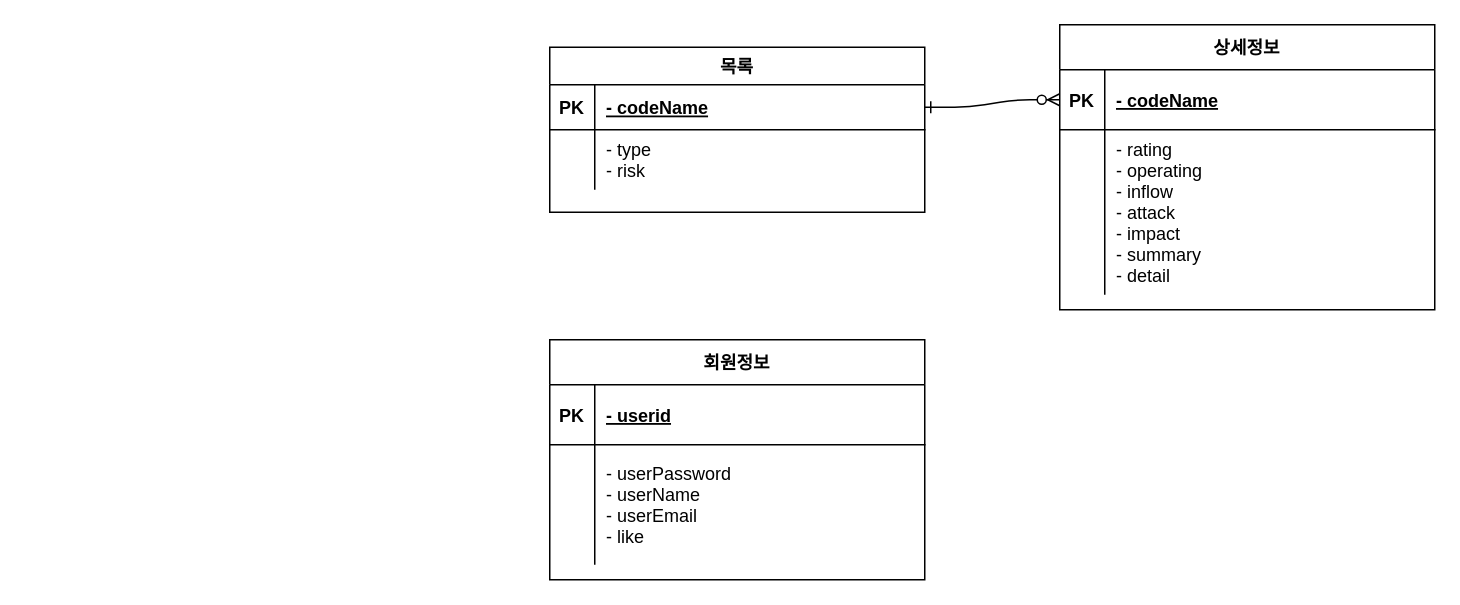
Earlier version of the draw.io diagram Untitled Diagram.drawio (Jiyun23/Cap). Source tidied: cells renumbered, new cells numbered last; positions are measured from the earlier drawing's top-left corner, leaving out a move shared by most shapes. Both pictures are drawn from the tidied source at 150%, with x=0, y=0 at pixel (549, 24).
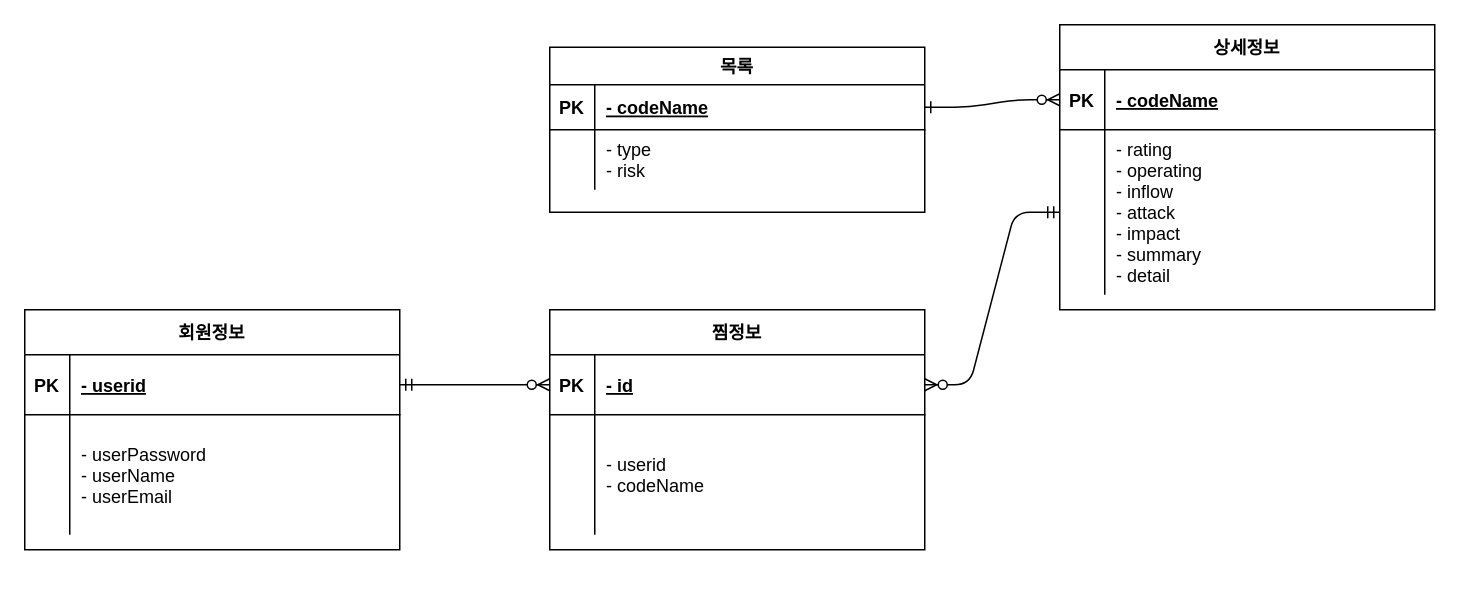
After the change.

Unchanged cells that the change refers to:
```xml
<mxCell id="7" style="shape=partialRectangle;fillColor=none;points=[[0,0.5],[1,0.5]];portConstraint=eastwest;top=0;left=0;right=0;bottom=0;" parent="3" vertex="1">
  <mxGeometry y="70" width="250" height="110" as="geometry" />
</mxCell>
<mxCell id="21" style="shape=partialRectangle;fillColor=none;top=0;left=0;right=0;bottom=0;" parent="17" vertex="1">
  <mxGeometry y="70" width="250" height="80" as="geometry" />
</mxCell>
```

What changed in the source:
```diff
@@
     <mxCell id="17" value="회원정보" style="shape=table;startSize=30;childLayout=tableLayout;rowLines=0;fontStyle=1;align=center;" parent="1" vertex="1">
-      <mxGeometry y="210" width="250" height="160" as="geometry" />
+      <mxGeometry x="-350" y="190" width="250" height="160" as="geometry" />
     </mxCell>
@@
-    <mxCell id="23" value="- userPassword&#10;- userName&#10;- userEmail&#10;- like" style="shape=partialRectangle;overflow=hidden;fillColor=none;top=0;left=0;bottom=0;right=0;align=left;spacingLeft=6;" parent="21" vertex="1">
+    <mxCell id="23" value="- userPassword&#10;- userName&#10;- userEmail" style="shape=partialRectangle;overflow=hidden;fillColor=none;top=0;left=0;bottom=0;right=0;align=left;spacingLeft=6;" parent="21" vertex="1">
       <mxGeometry x="30" width="220" height="80" as="geometry" />
     </mxCell>
+    <mxCell id="24" value="찜정보" style="shape=table;startSize=30;childLayout=tableLayout;rowLines=0;fontStyle=1;align=center;" parent="1" vertex="1">
+      <mxGeometry y="190" width="250" height="160" as="geometry" />
+    </mxCell>
+    <mxCell id="25" style="shape=partialRectangle;fillColor=none;points=[[0,0.5],[1,0.5]];portConstraint=eastwest;top=0;left=0;right=0;bottom=1;" parent="24" vertex="1">
+      <mxGeometry y="30" width="250" height="40" as="geometry" />
+    </mxCell>
+    <mxCell id="26" value="PK" style="shape=partialRectangle;overflow=hidden;fillColor=none;top=0;left=0;bottom=0;right=0;fontStyle=1;" parent="25" vertex="1">
+      <mxGeometry width="30" height="40" as="geometry" />
+    </mxCell>
+    <mxCell id="27" value="- id" style="shape=partialRectangle;overflow=hidden;fillColor=none;top=0;left=0;bottom=0;right=0;align=left;spacingLeft=6;fontStyle=5;" parent="25" vertex="1">
+      <mxGeometry x="30" width="220" height="40" as="geometry" />
+    </mxCell>
+    <mxCell id="28" style="shape=partialRectangle;fillColor=none;top=0;left=0;right=0;bottom=0;" parent="24" vertex="1">
+      <mxGeometry y="70" width="250" height="80" as="geometry" />
+    </mxCell>
+    <mxCell id="29" style="shape=partialRectangle;overflow=hidden;fillColor=none;top=0;left=0;bottom=0;right=0;" parent="28" vertex="1">
+      <mxGeometry width="30" height="80" as="geometry" />
+    </mxCell>
+    <mxCell id="30" value="- userid&#10;- codeName" style="shape=partialRectangle;overflow=hidden;fillColor=none;top=0;left=0;bottom=0;right=0;align=left;spacingLeft=6;" parent="28" vertex="1">
+      <mxGeometry x="30" width="220" height="80" as="geometry" />
+    </mxCell>
+    <mxCell id="31" style="edgeStyle=entityRelationEdgeStyle;fontSize=12;html=1;endArrow=ERzeroToMany;startArrow=ERmandOne;entryX=0;entryY=0.5;entryDx=0;entryDy=0;" parent="1" edge="1" target="25">
+      <mxGeometry relative="1" as="geometry">
+        <mxPoint x="-100" y="240" as="sourcePoint" />
+      </mxGeometry>
+    </mxCell>
+    <mxCell id="32" style="edgeStyle=entityRelationEdgeStyle;fontSize=12;html=1;endArrow=ERmandOne;startArrow=ERzeroToMany;exitX=1;exitY=0.5;exitDx=0;exitDy=0;entryX=0;entryY=0.5;entryDx=0;entryDy=0;startFill=1;endFill=0;" parent="1" edge="1" source="25" target="7">
+      <mxGeometry relative="1" as="geometry" />
+    </mxCell>
```
